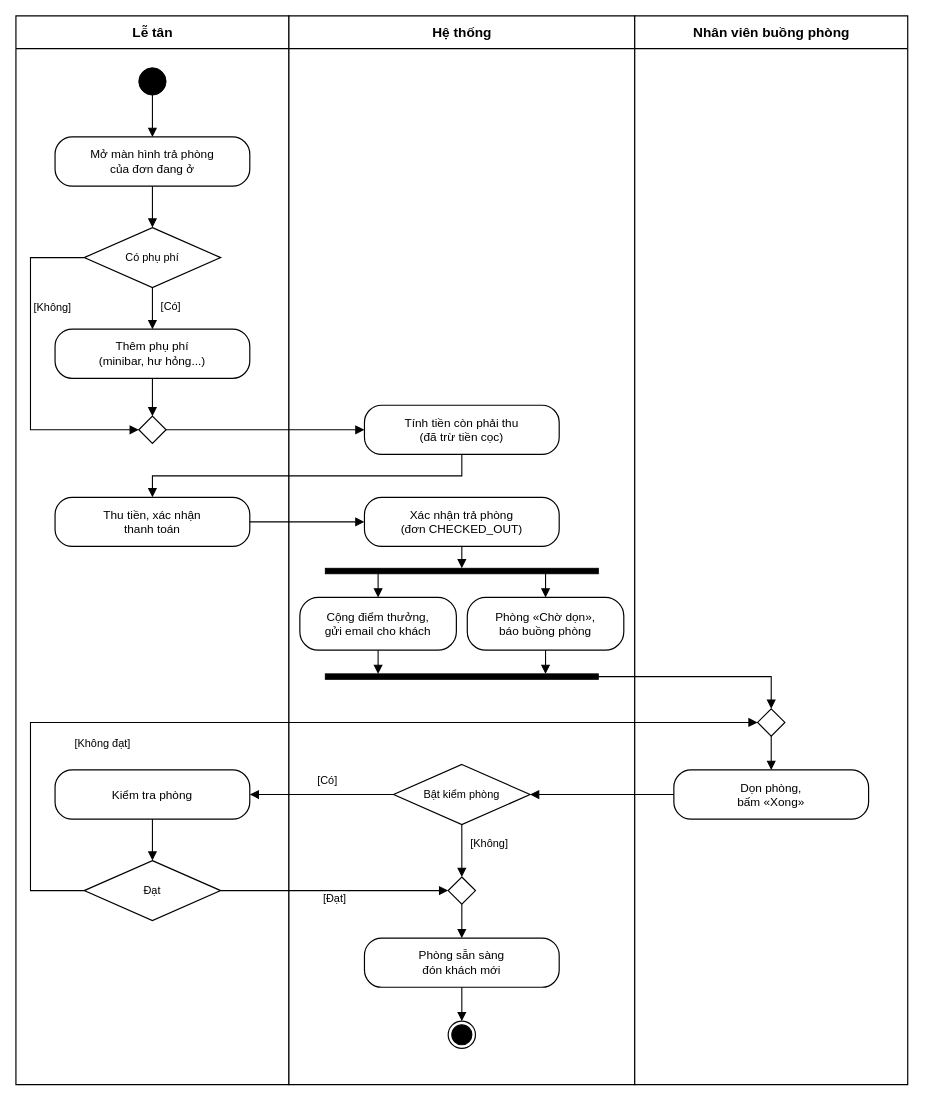
Earlier version of the draw.io diagram docs/thiet-ke/hd-tra-phong-don-phong.drawio (ngynquchn2511/beach-hotel). Source tidied: cells renumbered, new cells numbered last; positions are measured from the earlier drawing's top-left corner, leaving out a move shared by most shapes. Both pictures are drawn from the tidied source at 91%, with x=0, y=0 at pixel (15, 15).
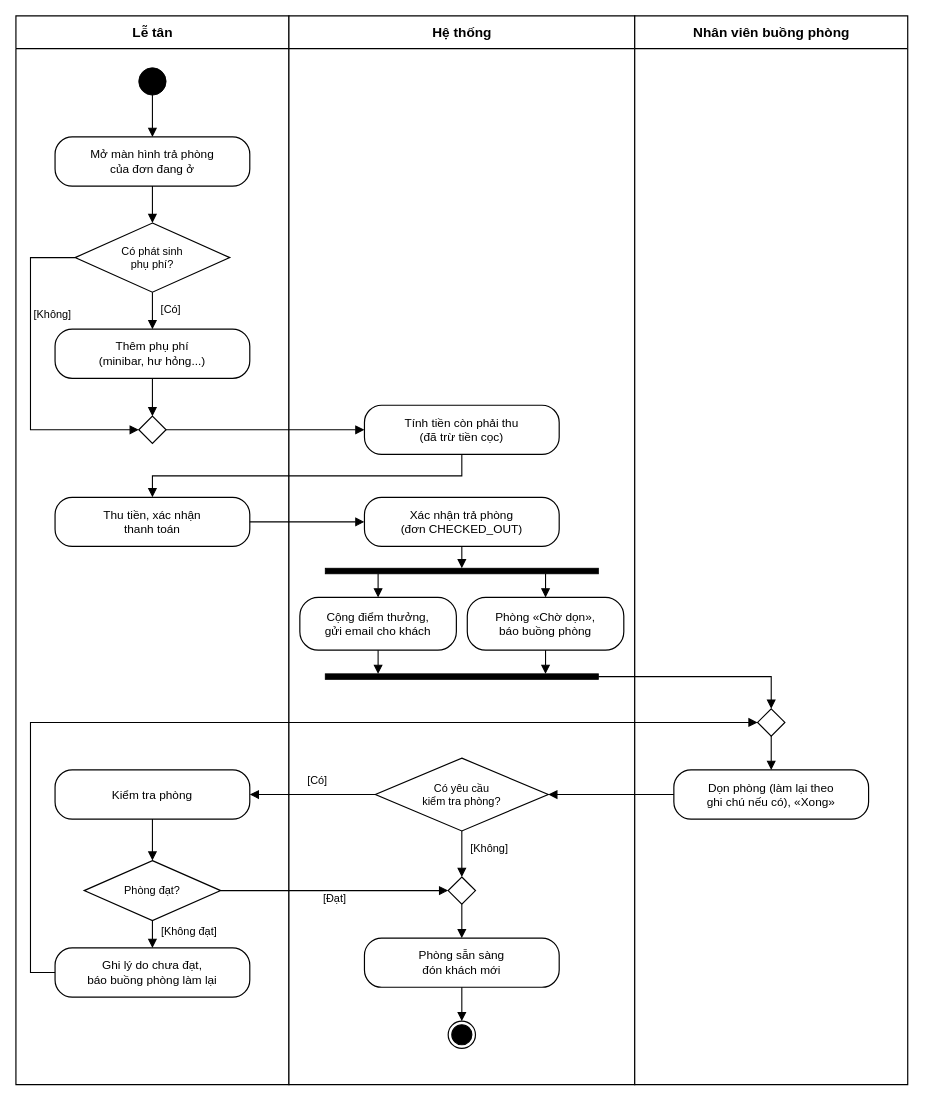
The same page after the edit.

Unchanged cells that the change refers to:
```xml
<mxCell id="13" style="fontFamily=Arial;fontColor=#000000;rhombus;whiteSpace=wrap;html=1;fillColor=#FFFFFF;strokeColor=#000000;strokeWidth=1.3;fontSize=12;" parent="1" vertex="1">
  <mxGeometry x="815" y="761.4" width="30" height="30" as="geometry" />
</mxCell>
```

The edit, as a diff of the source:
```diff
@@
-    <mxCell id="7" value="Có phụ phí" style="fontFamily=Arial;fontColor=#000000;rhombus;whiteSpace=wrap;html=1;fillColor=#FFFFFF;strokeColor=#000000;strokeWidth=1.3;fontSize=12;" parent="1" vertex="1">
-      <mxGeometry x="75" y="232.6" width="150" height="66" as="geometry" />
+    <mxCell id="7" value="Có phát sinh&lt;br&gt;phụ phí?" style="fontFamily=Arial;fontColor=#000000;rhombus;whiteSpace=wrap;html=1;fillColor=#FFFFFF;strokeColor=#000000;strokeWidth=1.3;fontSize=12;" parent="1" vertex="1">
+      <mxGeometry x="65" y="227.6" width="170" height="76" as="geometry" />
     </mxCell>
@@
-    <mxCell id="14" value="Dọn phòng,&lt;br&gt;bấm «Xong»" style="fontFamily=Arial;fontColor=#000000;rounded=1;whiteSpace=wrap;html=1;arcSize=35;fillColor=#FFFFFF;strokeColor=#000000;strokeWidth=1.3;fontSize=13;spacing=6;" parent="1" vertex="1">
+    <mxCell id="14" value="Dọn phòng (làm lại theo&lt;br&gt;ghi chú nếu có), «Xong»" style="fontFamily=Arial;fontColor=#000000;rounded=1;whiteSpace=wrap;html=1;arcSize=35;fillColor=#FFFFFF;strokeColor=#000000;strokeWidth=1.3;fontSize=13;spacing=6;" parent="1" vertex="1">
       <mxGeometry x="723" y="828.6" width="214" height="54" as="geometry" />
     </mxCell>
-    <mxCell id="15" value="Bật kiểm phòng" style="fontFamily=Arial;fontColor=#000000;rhombus;whiteSpace=wrap;html=1;fillColor=#FFFFFF;strokeColor=#000000;strokeWidth=1.3;fontSize=12;" parent="1" vertex="1">
-      <mxGeometry x="415" y="822.6" width="150" height="66" as="geometry" />
+    <mxCell id="15" value="Có yêu cầu&lt;br&gt;kiểm tra phòng?" style="fontFamily=Arial;fontColor=#000000;rhombus;whiteSpace=wrap;html=1;fillColor=#FFFFFF;strokeColor=#000000;strokeWidth=1.3;fontSize=12;" parent="1" vertex="1">
+      <mxGeometry x="395" y="815.6" width="190" height="80" as="geometry" />
     </mxCell>
@@
-    <mxCell id="17" value="Đạt" style="fontFamily=Arial;fontColor=#000000;rhombus;whiteSpace=wrap;html=1;fillColor=#FFFFFF;strokeColor=#000000;strokeWidth=1.3;fontSize=12;" parent="1" vertex="1">
+    <mxCell id="17" value="Phòng đạt?" style="fontFamily=Arial;fontColor=#000000;rhombus;whiteSpace=wrap;html=1;fillColor=#FFFFFF;strokeColor=#000000;strokeWidth=1.3;fontSize=12;" parent="1" vertex="1">
       <mxGeometry x="75" y="928.2" width="150" height="66" as="geometry" />
     </mxCell>
@@
-    <mxCell id="35" value="[Không đạt]" style="fontFamily=Arial;fontColor=#000000;edgeStyle=orthogonalEdgeStyle;rounded=0;html=1;endArrow=block;endFill=1;endSize=7;strokeColor=#000000;strokeWidth=1.2;fontSize=12;labelBackgroundColor=#FFFFFF;exitX=0;exitY=0.5;exitDx=0;exitDy=0;entryX=0;entryY=0.5;entryDx=0;entryDy=0;" parent="1" edge="1" source="17" target="13">
-      <mxGeometry x="-0.38" y="-24" relative="1" as="geometry">
-        <Array as="points">
-          <mxPoint x="16" y="961.2" />
-          <mxPoint x="16" y="776.4" />
-        </Array>
-      </mxGeometry>
+    <mxCell id="35" value="[Không đạt]" style="fontFamily=Arial;fontColor=#000000;edgeStyle=orthogonalEdgeStyle;rounded=0;html=1;endArrow=block;endFill=1;endSize=7;strokeColor=#000000;strokeWidth=1.2;fontSize=12;labelBackgroundColor=#FFFFFF;exitX=0.5;exitY=1;exitDx=0;exitDy=0;entryX=0.5;entryY=0;entryDx=0;entryDy=0;" parent="1" edge="1" source="17" target="48">
+      <mxGeometry x="-0.2" y="40" relative="1" as="geometry" />
     </mxCell>
@@
+    <mxCell id="48" value="Ghi lý do chưa đạt,&lt;br&gt;báo buồng phòng làm lại" style="fontFamily=Arial;fontColor=#000000;rounded=1;whiteSpace=wrap;html=1;arcSize=35;fillColor=#FFFFFF;strokeColor=#000000;strokeWidth=1.3;fontSize=13;spacing=6;" parent="1" vertex="1">
+      <mxGeometry x="43" y="1024.2" width="214" height="54" as="geometry" />
+    </mxCell>
+    <mxCell id="49" style="fontFamily=Arial;fontColor=#000000;edgeStyle=orthogonalEdgeStyle;rounded=0;html=1;endArrow=block;endFill=1;endSize=7;strokeColor=#000000;strokeWidth=1.2;fontSize=12;labelBackgroundColor=#FFFFFF;exitX=0;exitY=0.5;exitDx=0;exitDy=0;entryX=0;entryY=0.5;entryDx=0;entryDy=0;" parent="1" edge="1" source="48" target="13">
+      <mxGeometry relative="1" as="geometry">
+        <Array as="points">
+          <mxPoint x="16" y="1051.2" />
+          <mxPoint x="16" y="776.4" />
+        </Array>
+      </mxGeometry>
+    </mxCell>
```
